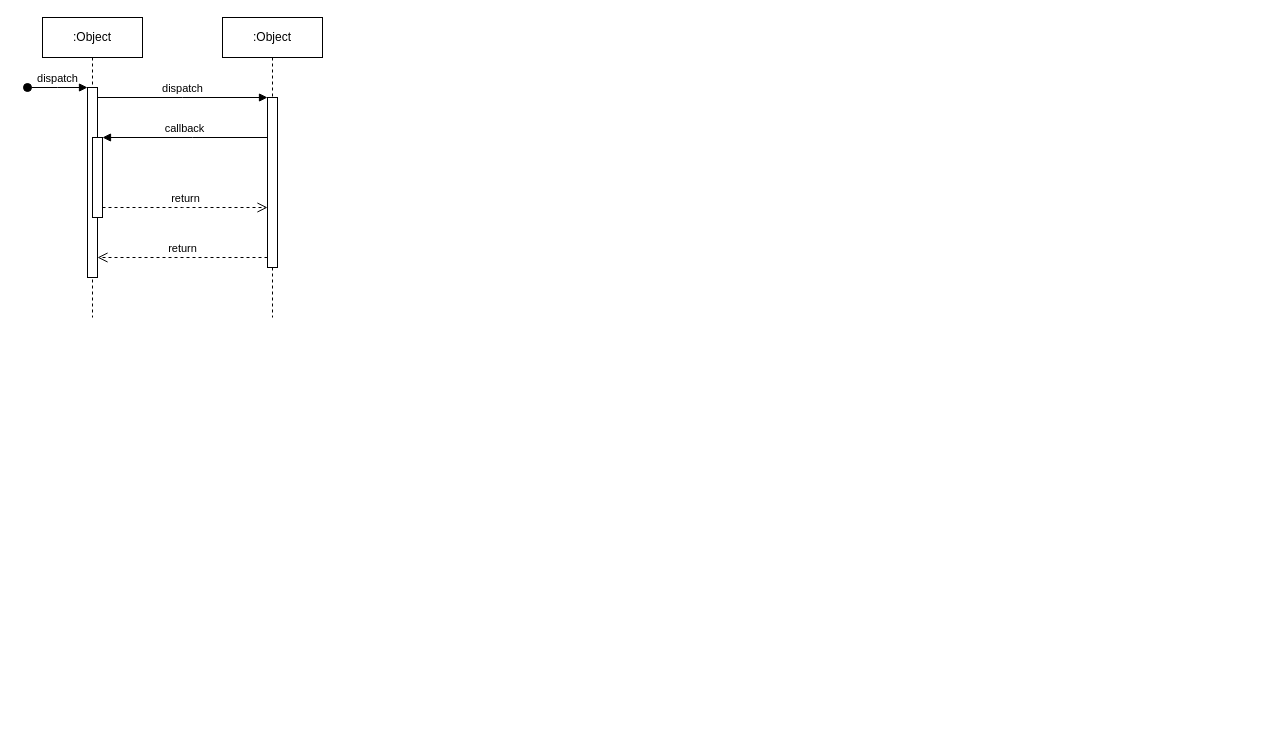
Above: vezbe/prvi_nivo.drawio in natasablagojevic/rs (draw.io), before the change. Source tidied: cells renumbered, new cells numbered last; positions are measured from the earlier drawing's top-left corner, leaving out a move shared by most shapes. Both pictures are drawn from the tidied source at 100%, with x=0, y=0 at pixel (27, 17).
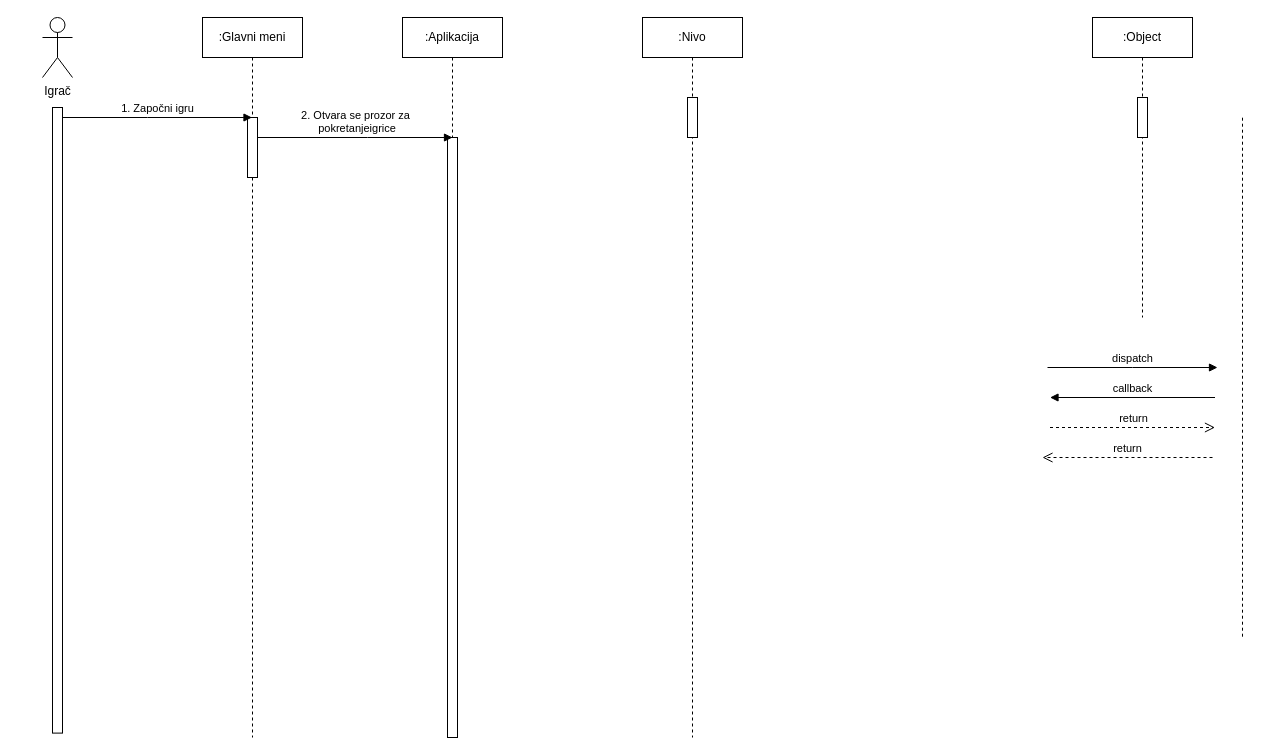
The same page after the edit.

Change to the diagram source:
```diff
@@
-    <mxCell id="2" value=":Object" style="shape=umlLifeline;perimeter=lifelinePerimeter;whiteSpace=wrap;html=1;newEdgeStyle={&quot;edgeStyle&quot;:&quot;elbowEdgeStyle&quot;,&quot;elbow&quot;:&quot;vertical&quot;,&quot;curved&quot;:0,&quot;rounded&quot;:0};" parent="1" vertex="1">
-      <mxGeometry x="15" width="100" height="300" as="geometry" />
-    </mxCell>
-    <mxCell id="3" style="html=1;points=[];perimeter=orthogonalPerimeter;outlineConnect=0;targetShapes=umlLifeline;portConstraint=eastwest;newEdgeStyle={&quot;edgeStyle&quot;:&quot;elbowEdgeStyle&quot;,&quot;elbow&quot;:&quot;vertical&quot;,&quot;curved&quot;:0,&quot;rounded&quot;:0};" parent="2" vertex="1">
-      <mxGeometry x="45" y="70" width="10" height="190" as="geometry" />
-    </mxCell>
-    <mxCell id="4" value="dispatch" style="html=1;verticalAlign=bottom;startArrow=oval;endArrow=block;startSize=8;edgeStyle=elbowEdgeStyle;elbow=vertical;curved=0;rounded=0;" parent="2" edge="1" target="3">
-      <mxGeometry relative="1" as="geometry">
-        <mxPoint x="-15" y="70" as="sourcePoint" />
-      </mxGeometry>
-    </mxCell>
-    <mxCell id="5" style="html=1;points=[];perimeter=orthogonalPerimeter;outlineConnect=0;targetShapes=umlLifeline;portConstraint=eastwest;newEdgeStyle={&quot;edgeStyle&quot;:&quot;elbowEdgeStyle&quot;,&quot;elbow&quot;:&quot;vertical&quot;,&quot;curved&quot;:0,&quot;rounded&quot;:0};" parent="2" vertex="1">
-      <mxGeometry x="50" y="120" width="10" height="80" as="geometry" />
-    </mxCell>
-    <mxCell id="6" value=":Object" style="shape=umlLifeline;perimeter=lifelinePerimeter;whiteSpace=wrap;html=1;newEdgeStyle={&quot;edgeStyle&quot;:&quot;elbowEdgeStyle&quot;,&quot;elbow&quot;:&quot;vertical&quot;,&quot;curved&quot;:0,&quot;rounded&quot;:0};" parent="1" vertex="1">
-      <mxGeometry x="195" width="100" height="300" as="geometry" />
-    </mxCell>
-    <mxCell id="7" style="html=1;points=[];perimeter=orthogonalPerimeter;outlineConnect=0;targetShapes=umlLifeline;portConstraint=eastwest;newEdgeStyle={&quot;edgeStyle&quot;:&quot;elbowEdgeStyle&quot;,&quot;elbow&quot;:&quot;vertical&quot;,&quot;curved&quot;:0,&quot;rounded&quot;:0};" parent="6" vertex="1">
-      <mxGeometry x="45" y="80" width="10" height="170" as="geometry" />
-    </mxCell>
+    <mxCell id="12" value=":Object" style="shape=umlLifeline;perimeter=lifelinePerimeter;whiteSpace=wrap;html=1;newEdgeStyle={&quot;edgeStyle&quot;:&quot;elbowEdgeStyle&quot;,&quot;elbow&quot;:&quot;vertical&quot;,&quot;curved&quot;:0,&quot;rounded&quot;:0};" parent="1" vertex="1">
+      <mxGeometry x="1065" width="100" height="300" as="geometry" />
+    </mxCell>
+    <mxCell id="13" style="html=1;perimeter=orthogonalPerimeter;targetShapes=umlLifeline;newEdgeStyle={&quot;edgeStyle&quot;:&quot;elbowEdgeStyle&quot;,&quot;elbow&quot;:&quot;vertical&quot;,&quot;curved&quot;:0,&quot;rounded&quot;:0};" parent="12" vertex="1">
+      <mxGeometry x="45" y="80" width="10" height="40" as="geometry" />
+    </mxCell>
-    <mxCell id="8" value="dispatch" style="html=1;verticalAlign=bottom;endArrow=block;edgeStyle=elbowEdgeStyle;elbow=vertical;curved=0;rounded=0;" parent="1" edge="1" source="3" target="7">
+    <mxCell id="8" value="dispatch" style="html=1;verticalAlign=bottom;endArrow=block;edgeStyle=elbowEdgeStyle;elbow=vertical;curved=0;rounded=0;" parent="1" edge="1">
       <mxGeometry relative="1" as="geometry">
+        <mxPoint x="1020" y="350" as="sourcePoint" />
+        <mxPoint x="1190" y="350" as="targetPoint" />
         <Array as="points">
-          <mxPoint x="155" y="80" />
+          <mxPoint x="1105" y="350" />
         </Array>
       </mxGeometry>
     </mxCell>
-    <mxCell id="9" value="return" style="html=1;verticalAlign=bottom;endArrow=open;dashed=1;endSize=8;edgeStyle=elbowEdgeStyle;elbow=vertical;curved=0;rounded=0;" parent="1" edge="1" source="7" target="3">
-      <mxGeometry relative="1" as="geometry">
-        <Array as="points">
-          <mxPoint x="165" y="240" />
-        </Array>
-      </mxGeometry>
-    </mxCell>
-    <mxCell id="10" value="callback" style="html=1;verticalAlign=bottom;endArrow=block;edgeStyle=elbowEdgeStyle;elbow=vertical;curved=0;rounded=0;" parent="1" edge="1" source="7" target="5">
+    <mxCell id="10" value="callback" style="html=1;verticalAlign=bottom;endArrow=block;edgeStyle=elbowEdgeStyle;elbow=vertical;curved=0;rounded=0;" parent="1" edge="1">
       <mxGeometry relative="1" as="geometry">
+        <mxPoint x="1187.5" y="380" as="sourcePoint" />
+        <mxPoint x="1022.5" y="380" as="targetPoint" />
         <Array as="points">
-          <mxPoint x="165" y="120" />
+          <mxPoint x="1112.5" y="380" />
         </Array>
       </mxGeometry>
     </mxCell>
-    <mxCell id="11" value="return" style="html=1;verticalAlign=bottom;endArrow=open;dashed=1;endSize=8;edgeStyle=elbowEdgeStyle;elbow=vertical;curved=0;rounded=0;" parent="1" edge="1" source="5" target="7">
-      <mxGeometry relative="1" as="geometry">
-        <Array as="points">
-          <mxPoint x="155" y="190" />
-        </Array>
-      </mxGeometry>
-    </mxCell>
+    <mxCell id="14" value="return" style="html=1;verticalAlign=bottom;endArrow=open;dashed=1;endSize=8;edgeStyle=elbowEdgeStyle;elbow=vertical;curved=0;rounded=0;" parent="1" edge="1">
+      <mxGeometry relative="1" as="geometry">
+        <mxPoint x="1022.5" y="410" as="sourcePoint" />
+        <mxPoint x="1187.5" y="410" as="targetPoint" />
+        <Array as="points">
+          <mxPoint x="1102.5" y="410" />
+        </Array>
+      </mxGeometry>
+    </mxCell>
+    <mxCell id="15" value="return" style="html=1;verticalAlign=bottom;endArrow=open;dashed=1;endSize=8;edgeStyle=elbowEdgeStyle;elbow=vertical;curved=0;rounded=0;" parent="1" edge="1">
+      <mxGeometry relative="1" as="geometry">
+        <mxPoint x="1185" y="440" as="sourcePoint" />
+        <mxPoint x="1015" y="440" as="targetPoint" />
+        <Array as="points">
+          <mxPoint x="1110" y="440" />
+        </Array>
+      </mxGeometry>
+    </mxCell>
+    <mxCell id="16" value="Igrač" style="shape=umlActor;verticalLabelPosition=bottom;verticalAlign=top;html=1;" parent="1" vertex="1">
+      <mxGeometry x="15" width="30" height="60" as="geometry" />
+    </mxCell>
+    <mxCell id="17" style="endArrow=none;dashed=1;html=1;rounded=0;" parent="1" edge="1">
+      <mxGeometry relative="1" as="geometry">
+        <mxPoint x="1215" y="619.2" as="sourcePoint" />
+        <mxPoint x="1215" y="98.2" as="targetPoint" />
+      </mxGeometry>
+    </mxCell>
+    <mxCell id="18" style="rounded=0;whiteSpace=wrap;html=1;rotation=90;" parent="1" vertex="1">
+      <mxGeometry x="-282.8" y="397.8" width="625.6" height="10" as="geometry" />
+    </mxCell>
+    <mxCell id="19" value=":Glavni meni" style="shape=umlLifeline;perimeter=lifelinePerimeter;whiteSpace=wrap;html=1;outlineConnect=0;portConstraint=eastwest;newEdgeStyle={&quot;edgeStyle&quot;:&quot;elbowEdgeStyle&quot;,&quot;elbow&quot;:&quot;vertical&quot;,&quot;curved&quot;:0,&quot;rounded&quot;:0};" parent="1" vertex="1">
+      <mxGeometry x="175" width="100" height="720" as="geometry" />
+    </mxCell>
+    <mxCell id="20" style="html=1;points=[];perimeter=orthogonalPerimeter;outlineConnect=0;targetShapes=umlLifeline;portConstraint=eastwest;newEdgeStyle={&quot;edgeStyle&quot;:&quot;elbowEdgeStyle&quot;,&quot;elbow&quot;:&quot;vertical&quot;,&quot;curved&quot;:0,&quot;rounded&quot;:0};" parent="19" vertex="1">
+      <mxGeometry x="45" y="100" width="10" height="60" as="geometry" />
+    </mxCell>
+    <mxCell id="21" value=":Aplikacija" style="shape=umlLifeline;perimeter=lifelinePerimeter;whiteSpace=wrap;html=1;newEdgeStyle={&quot;edgeStyle&quot;:&quot;elbowEdgeStyle&quot;,&quot;elbow&quot;:&quot;vertical&quot;,&quot;curved&quot;:0,&quot;rounded&quot;:0};size=40;" parent="1" vertex="1">
+      <mxGeometry x="375" width="100" height="720" as="geometry" />
+    </mxCell>
+    <mxCell id="22" style="html=1;perimeter=orthogonalPerimeter;targetShapes=umlLifeline;newEdgeStyle={&quot;edgeStyle&quot;:&quot;elbowEdgeStyle&quot;,&quot;elbow&quot;:&quot;vertical&quot;,&quot;curved&quot;:0,&quot;rounded&quot;:0};" parent="21" vertex="1">
+      <mxGeometry x="45" y="120" width="10" height="600" as="geometry" />
+    </mxCell>
+    <mxCell id="23" value=":Nivo" style="shape=umlLifeline;perimeter=lifelinePerimeter;whiteSpace=wrap;html=1;newEdgeStyle={&quot;edgeStyle&quot;:&quot;elbowEdgeStyle&quot;,&quot;elbow&quot;:&quot;vertical&quot;,&quot;curved&quot;:0,&quot;rounded&quot;:0};" parent="1" vertex="1">
+      <mxGeometry x="615" width="100" height="720" as="geometry" />
+    </mxCell>
+    <mxCell id="24" style="html=1;perimeter=orthogonalPerimeter;targetShapes=umlLifeline;newEdgeStyle={&quot;edgeStyle&quot;:&quot;elbowEdgeStyle&quot;,&quot;elbow&quot;:&quot;vertical&quot;,&quot;curved&quot;:0,&quot;rounded&quot;:0};" parent="23" vertex="1">
+      <mxGeometry x="45" y="80" width="10" height="40" as="geometry" />
+    </mxCell>
+    <mxCell id="25" value="1. Započni igru" style="html=1;verticalAlign=bottom;endArrow=block;edgeStyle=elbowEdgeStyle;elbow=vertical;curved=0;rounded=0;" parent="1" edge="1" target="19">
+      <mxGeometry relative="1" as="geometry">
+        <mxPoint x="35" y="100" as="sourcePoint" />
+        <Array as="points">
+          <mxPoint x="120" y="100" />
+        </Array>
+      </mxGeometry>
+    </mxCell>
+    <mxCell id="26" value="&lt;div&gt;2. Otvara se prozor za&lt;/div&gt;&lt;div&gt;&amp;nbsp;pokretanjeigrice&lt;br&gt;&lt;/div&gt;" style="html=1;verticalAlign=bottom;endArrow=block;edgeStyle=elbowEdgeStyle;elbow=vertical;curved=0;rounded=0;" parent="1" edge="1" source="20">
+      <mxGeometry x="0.01" relative="1" as="geometry">
+        <mxPoint x="425" y="120" as="targetPoint" />
+        <Array as="points">
+          <mxPoint x="340" y="120" />
+        </Array>
+      </mxGeometry>
+    </mxCell>
```
